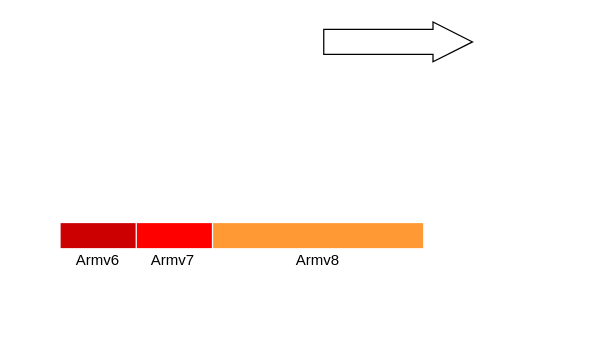
Above: timeline.drawio in EdisonE3/vue_learn (draw.io), before the change. Source tidied: cells renumbered, new cells numbered last; positions are measured from the earlier drawing's top-left corner, leaving out a move shared by most shapes. Both pictures are drawn from the tidied source at 125%, with x=0, y=0 at pixel (60, 41).
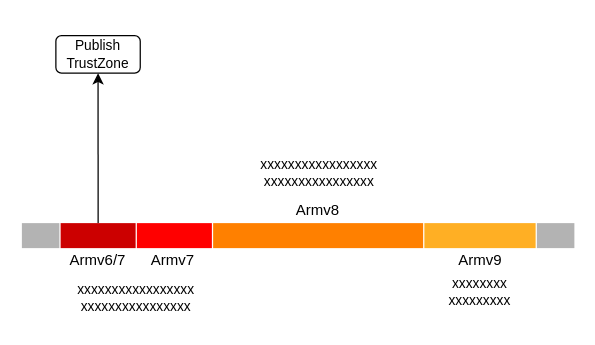
After the change.

Diff of the diagram source:
```diff
@@
 <mxGraphModel>
   <root>
     <mxCell id="0" />
     <mxCell id="1" parent="0" />
-    <mxCell id="2" style="shape=flexArrow;endArrow=classic;html=1;rounded=0;endWidth=10.8;endSize=10.2;width=20;" parent="1" edge="1">
-      <mxGeometry relative="1" as="geometry">
-        <mxPoint x="210" as="sourcePoint" />
-        <mxPoint x="330" as="targetPoint" />
-      </mxGeometry>
-    </mxCell>
+    <mxCell id="9" style="edgeStyle=orthogonalEdgeStyle;rounded=0;jettySize=auto;html=1;exitX=0.5;exitY=0;exitDx=0;exitDy=0;entryX=0.5;entryY=1;entryDx=0;entryDy=0;fontSize=11;" parent="1" edge="1" source="3" target="14">
+      <mxGeometry relative="1" as="geometry" />
+    </mxCell>
     <mxCell id="3" style="rounded=0;whiteSpace=wrap;html=1;fillColor=#CC0000;strokeColor=none;fontColor=#ffffff;" parent="1" vertex="1">
       <mxGeometry y="145" width="60" height="20" as="geometry" />
     </mxCell>
-    <mxCell id="4" value="Armv6" style="text;html=1;strokeColor=none;fillColor=none;align=center;verticalAlign=middle;whiteSpace=wrap;rounded=0;" parent="1" vertex="1">
+    <mxCell id="4" value="Armv6/7" style="text;html=1;strokeColor=none;fillColor=none;align=center;verticalAlign=middle;whiteSpace=wrap;rounded=0;" parent="1" vertex="1">
       <mxGeometry x="5" y="165" width="50" height="20" as="geometry" />
     </mxCell>
     <mxCell id="5" style="rounded=0;whiteSpace=wrap;html=1;fillColor=#FF0000;strokeColor=none;fontColor=#ffffff;" parent="1" vertex="1">
       <mxGeometry x="61" y="145" width="60" height="20" as="geometry" />
     </mxCell>
     <mxCell id="6" value="Armv7" style="text;html=1;strokeColor=none;fillColor=none;align=center;verticalAlign=middle;whiteSpace=wrap;rounded=0;" parent="1" vertex="1">
       <mxGeometry x="65" y="165" width="50" height="20" as="geometry" />
     </mxCell>
-    <mxCell id="7" style="rounded=0;whiteSpace=wrap;html=1;fillColor=#FF9933;strokeColor=none;fontColor=#ffffff;" parent="1" vertex="1">
+    <mxCell id="7" style="rounded=0;whiteSpace=wrap;html=1;fillColor=#FF8000;strokeColor=none;fontColor=#ffffff;" parent="1" vertex="1">
       <mxGeometry x="122" y="145" width="168" height="20" as="geometry" />
     </mxCell>
     <mxCell id="8" value="Armv8" style="text;html=1;strokeColor=none;fillColor=none;align=center;verticalAlign=middle;whiteSpace=wrap;rounded=0;" parent="1" vertex="1">
-      <mxGeometry x="181" y="165" width="50" height="20" as="geometry" />
+      <mxGeometry x="181" y="125" width="50" height="20" as="geometry" />
     </mxCell>
+    <mxCell id="10" style="rounded=0;whiteSpace=wrap;html=1;fillColor=#FFAF24;strokeColor=none;fontColor=#ffffff;" parent="1" vertex="1">
+      <mxGeometry x="291" y="145" width="89" height="20" as="geometry" />
+    </mxCell>
+    <mxCell id="11" value="Armv9" style="text;html=1;strokeColor=none;fillColor=none;align=center;verticalAlign=middle;whiteSpace=wrap;rounded=0;" parent="1" vertex="1">
+      <mxGeometry x="310.5" y="165" width="50" height="20" as="geometry" />
+    </mxCell>
+    <mxCell id="12" style="rounded=0;whiteSpace=wrap;html=1;fillColor=#B3B3B3;strokeColor=none;fontColor=#ffffff;" parent="1" vertex="1">
+      <mxGeometry x="381" y="145" width="30" height="20" as="geometry" />
+    </mxCell>
+    <mxCell id="13" style="rounded=0;whiteSpace=wrap;html=1;fillColor=#B3B3B3;strokeColor=none;fontColor=#ffffff;" parent="1" vertex="1">
+      <mxGeometry x="-31" y="145" width="30" height="20" as="geometry" />
+    </mxCell>
+    <mxCell id="14" value="&lt;font style=&quot;font-size: 11px;&quot;&gt;Publish&lt;br style=&quot;font-size: 11px;&quot;&gt;TrustZone&lt;/font&gt;" style="rounded=1;whiteSpace=wrap;html=1;strokeColor=default;fillColor=none;fontSize=6;" parent="1" vertex="1">
+      <mxGeometry x="-3.8" y="-5" width="67.5" height="30" as="geometry" />
+    </mxCell>
+    <mxCell id="15" value="xxxxxxxxxxxxxxxxx&lt;br&gt;xxxxxxxxxxxxxxxx" style="text;html=1;strokeColor=none;fillColor=none;align=center;verticalAlign=middle;whiteSpace=wrap;rounded=0;fontSize=11;" parent="1" vertex="1">
+      <mxGeometry x="1" y="185" width="119" height="40" as="geometry" />
+    </mxCell>
+    <mxCell id="16" value="xxxxxxxxxxxxxxxxx&lt;br&gt;xxxxxxxxxxxxxxxx" style="text;html=1;strokeColor=none;fillColor=none;align=center;verticalAlign=middle;whiteSpace=wrap;rounded=0;fontSize=11;" parent="1" vertex="1">
+      <mxGeometry x="123" y="85" width="168" height="40" as="geometry" />
+    </mxCell>
+    <mxCell id="17" value="xxxxxxxx&lt;br&gt;xxxxxxxxx&lt;br&gt;" style="text;html=1;strokeColor=none;fillColor=none;align=center;verticalAlign=middle;whiteSpace=wrap;rounded=0;fontSize=11;" parent="1" vertex="1">
+      <mxGeometry x="296" y="185" width="79" height="30" as="geometry" />
+    </mxCell>
   </root>
 </mxGraphModel>
```
